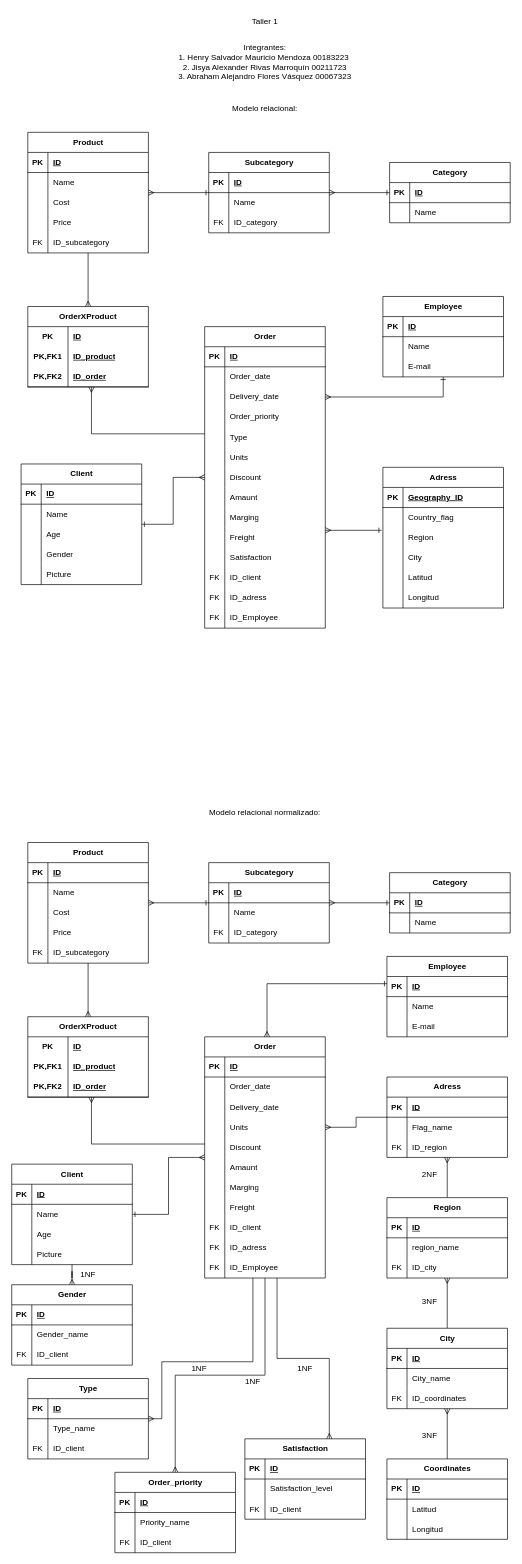
Earlier version of the draw.io diagram Taller1.drawio (AlejandroFV74/Taller_1_Administracion_Base_de_Datos). Source tidied: cells renumbered, new cells numbered last; positions are measured from the earlier drawing's top-left corner, leaving out a move shared by most shapes. Both pictures are drawn from the tidied source at 67%, with x=0, y=0 at pixel (11, 11).
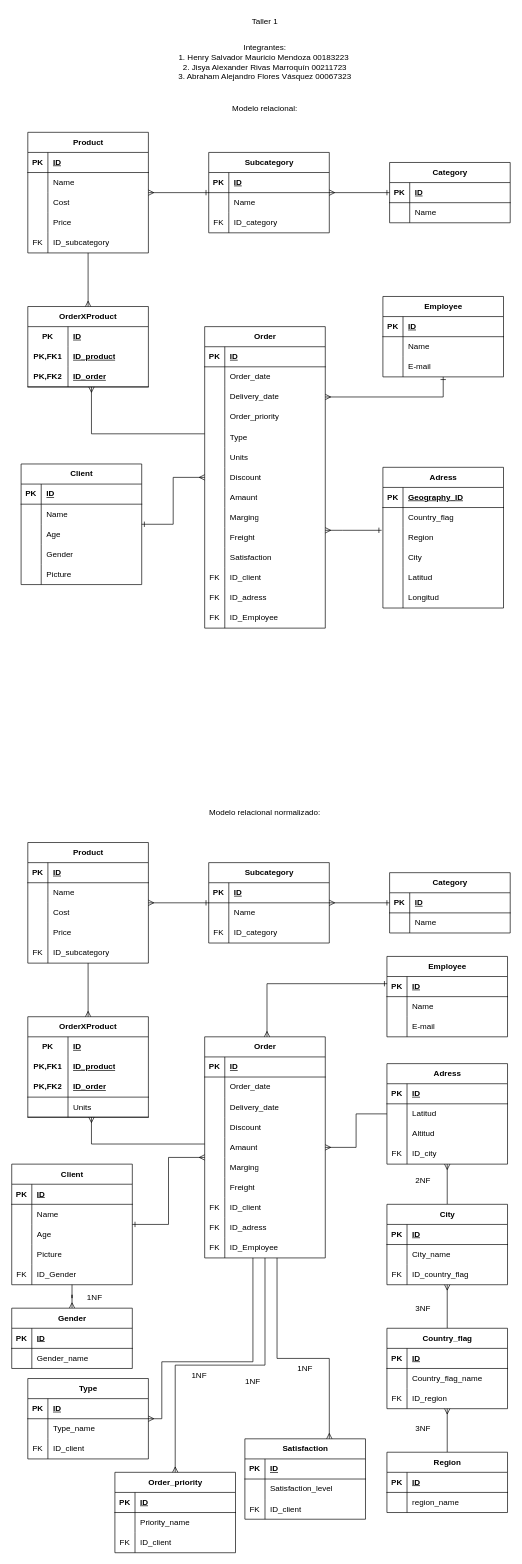
The same diagram, later.

Commit message (it also covers changes not shown here):
changes applied in normalization

Unchanged cells that the change refers to:
```xml
<mxCell id="305" style="shape=tableRow;horizontal=0;startSize=0;swimlaneHead=0;swimlaneBody=0;fillColor=none;top=0;left=0;right=0;bottom=0;" parent="301" vertex="1">
  <mxGeometry y="60" width="180" height="30" as="geometry" />
</mxCell>
<mxCell id="330" style="shape=tableRow;horizontal=0;startSize=0;swimlaneHead=0;swimlaneBody=0;fillColor=none;top=0;left=0;right=0;bottom=0;" parent="323" vertex="1">
  <mxGeometry y="90" width="180" height="30" as="geometry" />
</mxCell>
<mxCell id="338" style="shape=tableRow;horizontal=0;startSize=0;swimlaneHead=0;swimlaneBody=0;fillColor=none;top=0;left=0;right=0;bottom=0;" parent="334" vertex="1">
  <mxGeometry y="60" width="180" height="30" as="geometry" />
</mxCell>
<mxCell id="341" style="shape=tableRow;horizontal=0;startSize=0;swimlaneHead=0;swimlaneBody=0;fillColor=none;top=0;left=0;right=0;bottom=0;" parent="334" vertex="1">
  <mxGeometry y="90" width="180" height="30" as="geometry" />
</mxCell>
```

The edit, as a diff of the source:
```diff
@@
     <mxCell id="145" value="Order" style="shape=table;startSize=30;childLayout=tableLayout;rowLines=0;fontStyle=1;align=center;html=1;" parent="1" vertex="1">
-      <mxGeometry x="288" y="1530" width="180" height="360" as="geometry" />
+      <mxGeometry x="288" y="1530" width="180" height="330" as="geometry" />
     </mxCell>
@@
-    <mxCell id="155" style="shape=tableRow;horizontal=0;startSize=0;swimlaneHead=0;swimlaneBody=0;fillColor=none;points=[[0,0.5],[1,0.5]];portConstraint=eastwest;top=0;left=0;right=0;bottom=0;" parent="145" vertex="1">
-      <mxGeometry y="120" width="180" height="30" as="geometry" />
-    </mxCell>
-    <mxCell id="156" style="shape=partialRectangle;fillColor=none;top=0;left=0;bottom=0;right=0;overflow=hidden;whiteSpace=wrap;html=1;" parent="155" vertex="1">
-      <mxGeometry width="30" height="30" as="geometry" />
-    </mxCell>
-    <mxCell id="157" value="Units" style="shape=partialRectangle;fillColor=none;top=0;left=0;bottom=0;right=0;align=left;spacingLeft=6;overflow=hidden;whiteSpace=wrap;html=1;" parent="155" vertex="1">
-      <mxGeometry x="30" width="150" height="30" as="geometry" />
-    </mxCell>
     <mxCell id="158" style="shape=tableRow;horizontal=0;startSize=0;swimlaneHead=0;swimlaneBody=0;fillColor=none;top=0;left=0;right=0;bottom=0;" parent="145" vertex="1">
-      <mxGeometry y="150" width="180" height="30" as="geometry" />
+      <mxGeometry y="120" width="180" height="30" as="geometry" />
     </mxCell>
@@
-    <mxCell id="160" value="Discount" style="shape=partialRectangle;fillColor=none;top=0;left=0;bottom=0;right=0;align=left;spacingLeft=6;overflow=hidden;whiteSpace=wrap;html=1;" parent="158" vertex="1">
+    <mxCell id="160" value="Discount" style="shape=partialRectangle;fillColor=none;top=0;left=0;bottom=0;right=0;align=left;spacingLeft=6;overflow=hidden;whiteSpace=wrap;html=1;fontStyle=0;" parent="158" vertex="1">
       <mxGeometry x="30" width="150" height="30" as="geometry" />
     </mxCell>
     <mxCell id="161" style="shape=tableRow;horizontal=0;startSize=0;swimlaneHead=0;swimlaneBody=0;fillColor=none;top=0;left=0;right=0;bottom=0;" parent="145" vertex="1">
-      <mxGeometry y="180" width="180" height="30" as="geometry" />
+      <mxGeometry y="150" width="180" height="30" as="geometry" />
     </mxCell>
@@
     <mxCell id="164" style="shape=tableRow;horizontal=0;startSize=0;swimlaneHead=0;swimlaneBody=0;fillColor=none;top=0;left=0;right=0;bottom=0;" parent="145" vertex="1">
-      <mxGeometry y="210" width="180" height="30" as="geometry" />
+      <mxGeometry y="180" width="180" height="30" as="geometry" />
     </mxCell>
@@
     <mxCell id="167" style="shape=tableRow;horizontal=0;startSize=0;swimlaneHead=0;swimlaneBody=0;fillColor=none;top=0;left=0;right=0;bottom=0;" parent="145" vertex="1">
-      <mxGeometry y="240" width="180" height="30" as="geometry" />
+      <mxGeometry y="210" width="180" height="30" as="geometry" />
     </mxCell>
@@
     <mxCell id="170" style="shape=tableRow;horizontal=0;startSize=0;swimlaneHead=0;swimlaneBody=0;fillColor=none;top=0;left=0;right=0;bottom=0;" parent="145" vertex="1">
-      <mxGeometry y="270" width="180" height="30" as="geometry" />
+      <mxGeometry y="240" width="180" height="30" as="geometry" />
     </mxCell>
@@
     <mxCell id="173" style="shape=tableRow;horizontal=0;startSize=0;swimlaneHead=0;swimlaneBody=0;fillColor=none;top=0;left=0;right=0;bottom=0;" parent="145" vertex="1">
-      <mxGeometry y="300" width="180" height="30" as="geometry" />
+      <mxGeometry y="270" width="180" height="30" as="geometry" />
     </mxCell>
@@
     <mxCell id="176" style="shape=tableRow;horizontal=0;startSize=0;swimlaneHead=0;swimlaneBody=0;fillColor=none;top=0;left=0;right=0;bottom=0;" parent="145" vertex="1">
-      <mxGeometry y="330" width="180" height="30" as="geometry" />
+      <mxGeometry y="300" width="180" height="30" as="geometry" />
     </mxCell>
@@
     <mxCell id="224" value="OrderXProduct" style="shape=table;startSize=30;childLayout=tableLayout;rowLines=0;fontStyle=1;align=center;html=1;whiteSpace=wrap;" parent="1" vertex="1">
-      <mxGeometry x="24" y="1500" width="180" height="120" as="geometry" />
+      <mxGeometry x="24" y="1500" width="180" height="150" as="geometry" />
     </mxCell>
@@
+    <mxCell id="347" style="shape=tableRow;horizontal=0;startSize=0;swimlaneHead=0;swimlaneBody=0;fillColor=none;top=0;left=0;right=0;bottom=1;html=1;" parent="224" vertex="1">
+      <mxGeometry y="120" width="180" height="30" as="geometry" />
+    </mxCell>
+    <mxCell id="348" style="shape=partialRectangle;fillColor=none;top=0;left=0;bottom=0;right=0;fontStyle=1;overflow=hidden;html=1;whiteSpace=wrap;" parent="347" vertex="1">
+      <mxGeometry width="60" height="30" as="geometry" />
+    </mxCell>
+    <mxCell id="157" value="Units" style="shape=partialRectangle;fillColor=none;top=0;left=0;bottom=0;right=0;align=left;spacingLeft=6;fontStyle=0;overflow=hidden;html=1;whiteSpace=wrap;" parent="347" vertex="1">
+      <mxGeometry x="60" width="120" height="30" as="geometry" />
+    </mxCell>
@@
     <mxCell id="236" style="edgeStyle=orthogonalEdgeStyle;rounded=0;jettySize=auto;html=1;endArrow=ERone;endFill=0;startArrow=ERmany;startFill=0;" parent="1" edge="1" source="145" target="240">
-      <mxGeometry relative="1" as="geometry" />
+      <mxGeometry relative="1" as="geometry">
+        <Array as="points">
+          <mxPoint x="234" y="1710" />
+          <mxPoint x="234" y="1810" />
+        </Array>
+      </mxGeometry>
     </mxCell>
@@
     <mxCell id="240" value="Client" style="shape=table;startSize=30;childLayout=tableLayout;rowLines=0;fontStyle=1;align=center;html=1;" parent="1" vertex="1">
-      <mxGeometry y="1720" width="180" height="150" as="geometry" />
+      <mxGeometry y="1720" width="180" height="180" as="geometry" />
     </mxCell>
@@
+    <mxCell id="349" style="shape=tableRow;horizontal=0;startSize=0;swimlaneHead=0;swimlaneBody=0;fillColor=none;top=0;left=0;right=0;bottom=0;" parent="240" vertex="1">
+      <mxGeometry y="150" width="180" height="30" as="geometry" />
+    </mxCell>
+    <mxCell id="350" value="FK" style="shape=partialRectangle;fillColor=none;top=0;left=0;bottom=0;right=0;overflow=hidden;whiteSpace=wrap;html=1;" parent="349" vertex="1">
+      <mxGeometry width="30" height="30" as="geometry" />
+    </mxCell>
+    <mxCell id="351" value="ID_Gender" style="shape=partialRectangle;fillColor=none;top=0;left=0;bottom=0;right=0;align=left;spacingLeft=6;overflow=hidden;whiteSpace=wrap;html=1;" parent="349" vertex="1">
+      <mxGeometry x="30" width="150" height="30" as="geometry" />
+    </mxCell>
     <mxCell id="253" value="Gender" style="shape=table;startSize=30;childLayout=tableLayout;rowLines=0;fontStyle=1;align=center;html=1;" parent="1" vertex="1">
-      <mxGeometry y="1900" width="180" height="120" as="geometry" />
+      <mxGeometry y="1935" width="180" height="90" as="geometry" />
     </mxCell>
@@
-    <mxCell id="260" style="shape=tableRow;horizontal=0;startSize=0;swimlaneHead=0;swimlaneBody=0;fillColor=none;top=0;left=0;right=0;bottom=0;" parent="253" vertex="1">
-      <mxGeometry y="90" width="180" height="30" as="geometry" />
-    </mxCell>
-    <mxCell id="261" value="FK" style="shape=partialRectangle;fillColor=none;top=0;left=0;bottom=0;right=0;overflow=hidden;whiteSpace=wrap;html=1;" parent="260" vertex="1">
-      <mxGeometry width="30" height="30" as="geometry" />
-    </mxCell>
-    <mxCell id="262" value="ID_client" style="shape=partialRectangle;fillColor=none;top=0;left=0;bottom=0;right=0;align=left;spacingLeft=6;overflow=hidden;whiteSpace=wrap;html=1;" parent="260" vertex="1">
-      <mxGeometry x="30" width="150" height="30" as="geometry" />
-    </mxCell>
     <mxCell id="263" value="1NF" style="text;html=1;align=center;verticalAlign=middle;whiteSpace=wrap;rounded=0;" parent="1" vertex="1">
-      <mxGeometry x="84" y="1870" width="60" height="30" as="geometry" />
+      <mxGeometry x="94" y="1905" width="60" height="30" as="geometry" />
     </mxCell>
@@
     <mxCell id="286" value="1NF" style="text;html=1;align=center;verticalAlign=middle;whiteSpace=wrap;rounded=0;" parent="1" vertex="1">
-      <mxGeometry x="250" y="2010" width="60" height="30" as="geometry" />
+      <mxGeometry x="250" y="2020" width="60" height="30" as="geometry" />
     </mxCell>
@@
-    <mxCell id="300" style="edgeStyle=orthogonalEdgeStyle;rounded=0;jettySize=auto;html=1;entryX=1;entryY=0.5;entryDx=0;entryDy=0;endArrow=ERmany;endFill=0;" parent="1" edge="1" source="301" target="155">
+    <mxCell id="300" style="edgeStyle=orthogonalEdgeStyle;rounded=0;jettySize=auto;html=1;entryX=1;entryY=0.5;entryDx=0;entryDy=0;endArrow=ERmany;endFill=0;" parent="1" edge="1" source="301">
       <mxGeometry relative="1" as="geometry" />
     </mxCell>
     <mxCell id="301" value="Adress" style="shape=table;startSize=30;childLayout=tableLayout;rowLines=0;fontStyle=1;align=center;html=1;" parent="1" vertex="1">
-      <mxGeometry x="560" y="1590" width="180" height="120" as="geometry" />
+      <mxGeometry x="560" y="1570" width="180" height="150" as="geometry" />
     </mxCell>
@@
-    <mxCell id="307" value="Flag_name" style="shape=partialRectangle;fillColor=none;top=0;left=0;bottom=0;right=0;align=left;spacingLeft=6;overflow=hidden;whiteSpace=wrap;html=1;" parent="305" vertex="1">
+    <mxCell id="307" value="Latitud" style="shape=partialRectangle;fillColor=none;top=0;left=0;bottom=0;right=0;align=left;spacingLeft=6;overflow=hidden;whiteSpace=wrap;html=1;" parent="305" vertex="1">
       <mxGeometry x="30" width="150" height="30" as="geometry" />
     </mxCell>
+    <mxCell id="352" style="shape=tableRow;horizontal=0;startSize=0;swimlaneHead=0;swimlaneBody=0;fillColor=none;top=0;left=0;right=0;bottom=0;" parent="301" vertex="1">
+      <mxGeometry y="90" width="180" height="30" as="geometry" />
+    </mxCell>
+    <mxCell id="156" style="shape=partialRectangle;fillColor=none;top=0;left=0;bottom=0;right=0;overflow=hidden;whiteSpace=wrap;html=1;" parent="352" vertex="1">
+      <mxGeometry width="30" height="30" as="geometry" />
+    </mxCell>
+    <mxCell id="353" value="Altitud" style="shape=partialRectangle;fillColor=none;top=0;left=0;bottom=0;right=0;align=left;spacingLeft=6;overflow=hidden;whiteSpace=wrap;html=1;" parent="352" vertex="1">
+      <mxGeometry x="30" width="150" height="30" as="geometry" />
+    </mxCell>
     <mxCell id="308" style="shape=tableRow;horizontal=0;startSize=0;swimlaneHead=0;swimlaneBody=0;fillColor=none;top=0;left=0;right=0;bottom=0;" parent="301" vertex="1">
-      <mxGeometry y="90" width="180" height="30" as="geometry" />
+      <mxGeometry y="120" width="180" height="30" as="geometry" />
     </mxCell>
@@
-    <mxCell id="310" value="ID_region" style="shape=partialRectangle;fillColor=none;top=0;left=0;bottom=0;right=0;align=left;spacingLeft=6;overflow=hidden;whiteSpace=wrap;html=1;" parent="308" vertex="1">
+    <mxCell id="310" value="ID_city" style="shape=partialRectangle;fillColor=none;top=0;left=0;bottom=0;right=0;align=left;spacingLeft=6;overflow=hidden;whiteSpace=wrap;html=1;" parent="308" vertex="1">
       <mxGeometry x="30" width="150" height="30" as="geometry" />
     </mxCell>
-    <mxCell id="311" style="edgeStyle=orthogonalEdgeStyle;rounded=0;jettySize=auto;html=1;endArrow=ERmany;endFill=0;" parent="1" edge="1" source="312" target="301">
-      <mxGeometry relative="1" as="geometry" />
-    </mxCell>
+    <mxCell id="354" style="edgeStyle=orthogonalEdgeStyle;rounded=0;jettySize=auto;html=1;endArrow=ERmany;endFill=0;" parent="1" edge="1" source="312" target="334">
+      <mxGeometry relative="1" as="geometry" />
+    </mxCell>
     <mxCell id="312" value="Region" style="shape=table;startSize=30;childLayout=tableLayout;rowLines=0;fontStyle=1;align=center;html=1;" parent="1" vertex="1">
-      <mxGeometry x="560" y="1770" width="180" height="120" as="geometry" />
+      <mxGeometry x="560" y="2150" width="180" height="90" as="geometry" />
     </mxCell>
@@
-    <mxCell id="319" style="shape=tableRow;horizontal=0;startSize=0;swimlaneHead=0;swimlaneBody=0;fillColor=none;top=0;left=0;right=0;bottom=0;" parent="312" vertex="1">
-      <mxGeometry y="90" width="180" height="30" as="geometry" />
-    </mxCell>
-    <mxCell id="320" value="FK" style="shape=partialRectangle;fillColor=none;top=0;left=0;bottom=0;right=0;overflow=hidden;whiteSpace=wrap;html=1;" parent="319" vertex="1">
-      <mxGeometry width="30" height="30" as="geometry" />
-    </mxCell>
-    <mxCell id="321" value="ID_city" style="shape=partialRectangle;fillColor=none;top=0;left=0;bottom=0;right=0;align=left;spacingLeft=6;overflow=hidden;whiteSpace=wrap;html=1;" parent="319" vertex="1">
-      <mxGeometry x="30" width="150" height="30" as="geometry" />
-    </mxCell>
-    <mxCell id="322" style="edgeStyle=orthogonalEdgeStyle;rounded=0;jettySize=auto;html=1;endArrow=ERmany;endFill=0;" parent="1" edge="1" source="323" target="312">
-      <mxGeometry relative="1" as="geometry" />
-    </mxCell>
+    <mxCell id="355" style="edgeStyle=orthogonalEdgeStyle;rounded=0;jettySize=auto;html=1;endArrow=ERmany;endFill=0;" parent="1" edge="1" source="323" target="301">
+      <mxGeometry relative="1" as="geometry" />
+    </mxCell>
     <mxCell id="323" value="City" style="shape=table;startSize=30;childLayout=tableLayout;rowLines=0;fontStyle=1;align=center;html=1;" parent="1" vertex="1">
-      <mxGeometry x="560" y="1965" width="180" height="120" as="geometry" />
+      <mxGeometry x="560" y="1780" width="180" height="120" as="geometry" />
     </mxCell>
@@
-    <mxCell id="332" value="ID_coordinates" style="shape=partialRectangle;fillColor=none;top=0;left=0;bottom=0;right=0;align=left;spacingLeft=6;overflow=hidden;whiteSpace=wrap;html=1;" parent="330" vertex="1">
+    <mxCell id="332" value="ID_country_flag" style="shape=partialRectangle;fillColor=none;top=0;left=0;bottom=0;right=0;align=left;spacingLeft=6;overflow=hidden;whiteSpace=wrap;html=1;" parent="330" vertex="1">
       <mxGeometry x="30" width="150" height="30" as="geometry" />
     </mxCell>
@@
-    <mxCell id="334" value="Coordinates" style="shape=table;startSize=30;childLayout=tableLayout;rowLines=0;fontStyle=1;align=center;html=1;" parent="1" vertex="1">
-      <mxGeometry x="560" y="2160" width="180" height="120" as="geometry" />
+    <mxCell id="334" value="Country_flag" style="shape=table;startSize=30;childLayout=tableLayout;rowLines=0;fontStyle=1;align=center;html=1;" parent="1" vertex="1">
+      <mxGeometry x="560" y="1965" width="180" height="120" as="geometry" />
     </mxCell>
@@
-    <mxCell id="340" value="Latitud" style="shape=partialRectangle;fillColor=none;top=0;left=0;bottom=0;right=0;align=left;spacingLeft=6;overflow=hidden;whiteSpace=wrap;html=1;" parent="338" vertex="1">
+    <mxCell id="340" value="Country_flag_name" style="shape=partialRectangle;fillColor=none;top=0;left=0;bottom=0;right=0;align=left;spacingLeft=6;overflow=hidden;whiteSpace=wrap;html=1;" parent="338" vertex="1">
       <mxGeometry x="30" width="150" height="30" as="geometry" />
     </mxCell>
@@
-    <mxCell id="342" style="shape=partialRectangle;fillColor=none;top=0;left=0;bottom=0;right=0;overflow=hidden;whiteSpace=wrap;html=1;" parent="341" vertex="1">
+    <mxCell id="342" value="FK" style="shape=partialRectangle;fillColor=none;top=0;left=0;bottom=0;right=0;overflow=hidden;whiteSpace=wrap;html=1;" parent="341" vertex="1">
       <mxGeometry width="30" height="30" as="geometry" />
     </mxCell>
-    <mxCell id="343" value="Longitud" style="shape=partialRectangle;fillColor=none;top=0;left=0;bottom=0;right=0;align=left;spacingLeft=6;overflow=hidden;whiteSpace=wrap;html=1;" parent="341" vertex="1">
+    <mxCell id="343" value="ID_region" style="shape=partialRectangle;fillColor=none;top=0;left=0;bottom=0;right=0;align=left;spacingLeft=6;overflow=hidden;whiteSpace=wrap;html=1;" parent="341" vertex="1">
       <mxGeometry x="30" width="150" height="30" as="geometry" />
     </mxCell>
     <mxCell id="344" value="2NF" style="text;html=1;align=center;verticalAlign=middle;whiteSpace=wrap;rounded=0;" parent="1" vertex="1">
-      <mxGeometry x="594" y="1720" width="60" height="30" as="geometry" />
+      <mxGeometry x="584" y="1729" width="60" height="30" as="geometry" />
     </mxCell>
     <mxCell id="345" value="3NF" style="text;html=1;align=center;verticalAlign=middle;whiteSpace=wrap;rounded=0;" parent="1" vertex="1">
-      <mxGeometry x="594" y="1910" width="60" height="30" as="geometry" />
+      <mxGeometry x="584" y="1920" width="60" height="30" as="geometry" />
     </mxCell>
     <mxCell id="346" value="3NF" style="text;html=1;align=center;verticalAlign=middle;whiteSpace=wrap;rounded=0;" parent="1" vertex="1">
-      <mxGeometry x="594" y="2110" width="60" height="30" as="geometry" />
+      <mxGeometry x="584" y="2100" width="60" height="30" as="geometry" />
     </mxCell>
+    <mxCell id="356" style="edgeStyle=orthogonalEdgeStyle;rounded=0;jettySize=auto;html=1;endArrow=ERmany;endFill=0;" parent="1" edge="1" source="301" target="145">
+      <mxGeometry relative="1" as="geometry" />
+    </mxCell>
```
